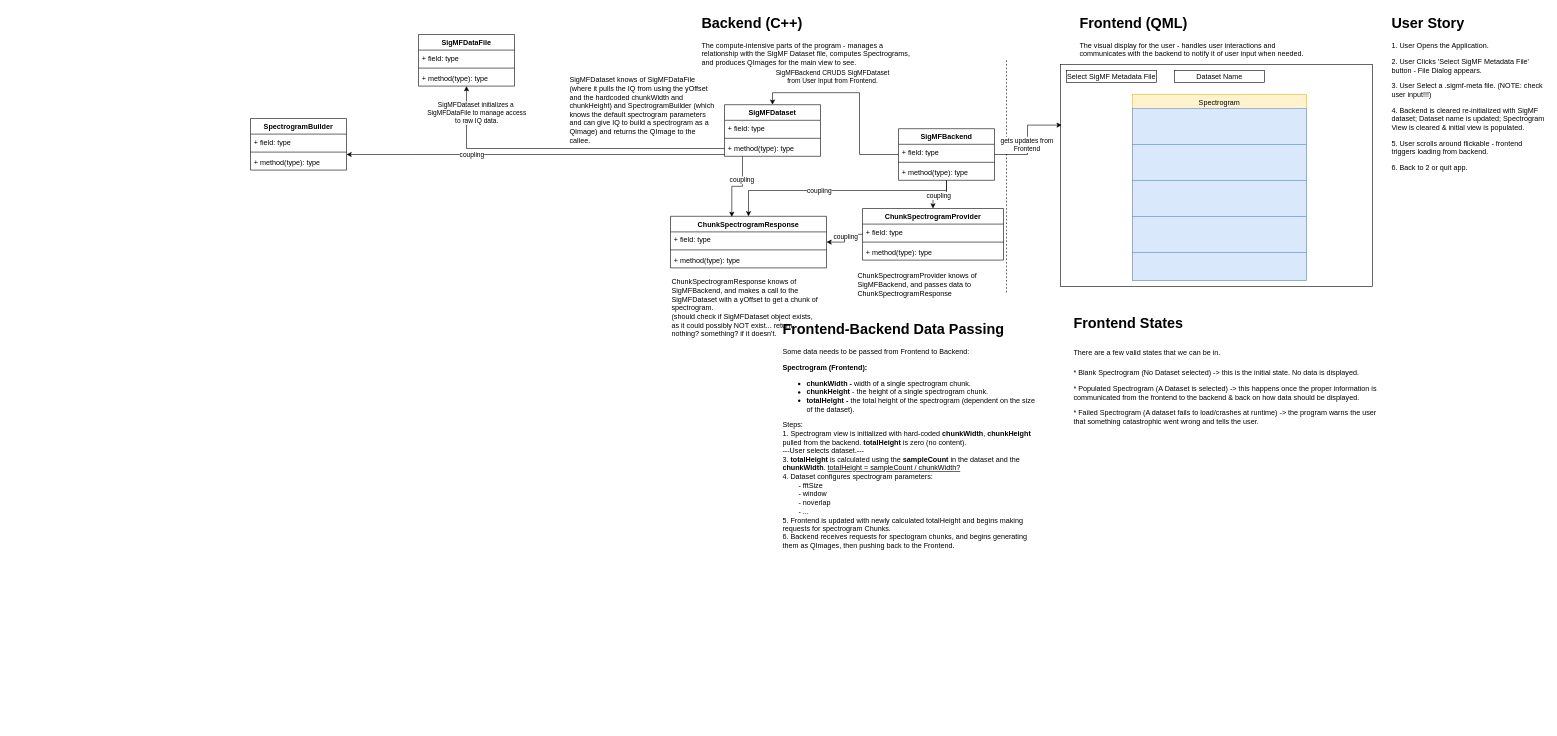
Earlier version of the draw.io diagram BurstRF_UML.drawio (Edwin-Sanchez2003/BurstRF). Source tidied: cells renumbered, new cells numbered last; positions are measured from the earlier drawing's top-left corner, leaving out a move shared by most shapes. Both pictures are drawn from the tidied source at 60%, with x=0, y=0 at pixel (250, 10).
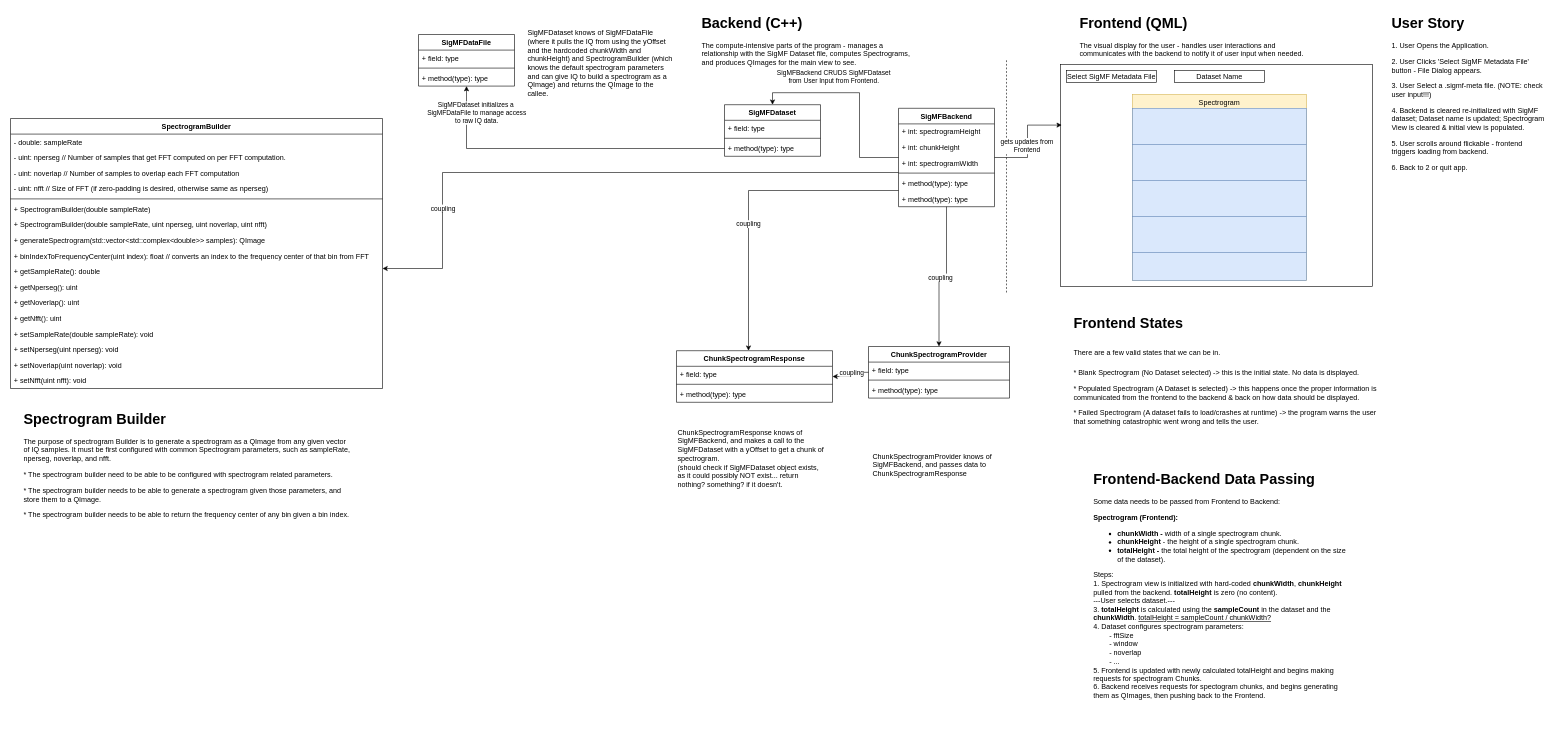
After the change.

Commit message (it also covers changes not shown here):
added Spectrogram Builder design & began implementation

The change refers to these unchanged cells:
```xml
<mxCell id="29" value="SigMFDataset" style="swimlane;fontStyle=1;align=center;verticalAlign=top;horizontal=1;startSize=26;whiteSpace=wrap;html=1;" parent="1" vertex="1">
  <mxGeometry x="790" y="157" width="160" height="86" as="geometry" />
</mxCell>
```

The edit, as a diff of the source:
```diff
@@
+    <mxCell id="60" style="edgeStyle=orthogonalEdgeStyle;rounded=0;orthogonalLoop=1;jettySize=auto;html=1;" parent="1" edge="1">
+      <mxGeometry relative="1" as="geometry">
+        <mxPoint x="1080" y="270" as="sourcePoint" />
+        <mxPoint x="220" y="430" as="targetPoint" />
+        <Array as="points">
+          <mxPoint x="320" y="270" />
+          <mxPoint x="320" y="430" />
+        </Array>
+      </mxGeometry>
+    </mxCell>
+    <mxCell id="61" value="coupling" style="edgeLabel;html=1;align=center;verticalAlign=middle;" parent="60" vertex="1">
+      <mxGeometry x="0.5" y="-4" relative="1" as="geometry">
+        <mxPoint x="4" y="54" as="offset" />
+      </mxGeometry>
+    </mxCell>
     <mxCell id="8" value="SigMFBackend" style="swimlane;fontStyle=1;align=center;verticalAlign=top;horizontal=1;startSize=26;whiteSpace=wrap;html=1;" parent="1" vertex="1">
-      <mxGeometry x="1080" y="197" width="160" height="86" as="geometry" />
+      <mxGeometry x="1080" y="163" width="160" height="164" as="geometry" />
     </mxCell>
-    <mxCell id="9" value="+ field: type" style="text;strokeColor=none;fillColor=none;align=left;verticalAlign=top;spacingLeft=4;spacingRight=4;overflow=hidden;whiteSpace=wrap;html=1;" parent="8" vertex="1">
+    <mxCell id="9" value="+ int: spectrogramHeight" style="text;strokeColor=none;fillColor=none;align=left;verticalAlign=top;spacingLeft=4;spacingRight=4;overflow=hidden;whiteSpace=wrap;html=1;" parent="8" vertex="1">
       <mxGeometry y="26" width="160" height="26" as="geometry" />
     </mxCell>
+    <mxCell id="62" value="+ int: chunkHeight" style="text;strokeColor=none;fillColor=none;align=left;verticalAlign=top;spacingLeft=4;spacingRight=4;overflow=hidden;whiteSpace=wrap;html=1;" parent="8" vertex="1">
+      <mxGeometry y="52" width="160" height="26" as="geometry" />
+    </mxCell>
+    <mxCell id="63" value="+ int: spectrogramWidth" style="text;strokeColor=none;fillColor=none;align=left;verticalAlign=top;spacingLeft=4;spacingRight=4;overflow=hidden;whiteSpace=wrap;html=1;" parent="8" vertex="1">
+      <mxGeometry y="78" width="160" height="26" as="geometry" />
+    </mxCell>
     <mxCell id="10" style="line;strokeWidth=1;fillColor=none;align=left;verticalAlign=middle;spacingTop=-1;spacingLeft=3;spacingRight=3;labelPosition=right;strokeColor=inherit;" parent="8" vertex="1">
-      <mxGeometry y="52" width="160" height="8" as="geometry" />
+      <mxGeometry y="104" width="160" height="8" as="geometry" />
     </mxCell>
     <mxCell id="11" value="+ method(type): type" style="text;strokeColor=none;fillColor=none;align=left;verticalAlign=top;spacingLeft=4;spacingRight=4;overflow=hidden;whiteSpace=wrap;html=1;" parent="8" vertex="1">
-      <mxGeometry y="60" width="160" height="26" as="geometry" />
+      <mxGeometry y="112" width="160" height="26" as="geometry" />
     </mxCell>
+    <mxCell id="64" value="+ method(type): type" style="text;strokeColor=none;fillColor=none;align=left;verticalAlign=top;spacingLeft=4;spacingRight=4;overflow=hidden;whiteSpace=wrap;html=1;" parent="8" vertex="1">
+      <mxGeometry y="138" width="160" height="26" as="geometry" />
+    </mxCell>
@@
     <mxCell id="25" value="&lt;h1 style=&quot;margin-top: 0px;&quot;&gt;Frontend-Backend Data Passing&lt;/h1&gt;&lt;p&gt;Some data needs to be passed from Frontend to Backend:&lt;/p&gt;&lt;p&gt;&lt;b&gt;Spectrogram (Frontend):&lt;/b&gt;&lt;/p&gt;&lt;p&gt;&lt;/p&gt;&lt;ul&gt;&lt;li&gt;&lt;b style=&quot;background-color: transparent; color: light-dark(rgb(0, 0, 0), rgb(255, 255, 255));&quot;&gt;chunkWidth -&amp;nbsp;&lt;/b&gt;&lt;span style=&quot;background-color: transparent; color: light-dark(rgb(0, 0, 0), rgb(255, 255, 255));&quot;&gt;width of a single spectrogram chunk.&lt;/span&gt;&lt;span style=&quot;background-color: transparent; color: light-dark(rgb(0, 0, 0), rgb(255, 255, 255));&quot;&gt;&amp;nbsp;&lt;/span&gt;&lt;/li&gt;&lt;li&gt;&lt;span style=&quot;background-color: transparent; color: light-dark(rgb(0, 0, 0), rgb(255, 255, 255));&quot;&gt;&lt;b&gt;chunkHeight&lt;/b&gt; - the height of a single spectrogram chunk.&lt;/span&gt;&lt;/li&gt;&lt;li&gt;&lt;span style=&quot;background-color: transparent; color: light-dark(rgb(0, 0, 0), rgb(255, 255, 255));&quot;&gt;&lt;b&gt;totalHeight - &lt;/b&gt;the total height of the spectrogram (dependent on the size of the dataset).&lt;/span&gt;&lt;/li&gt;&lt;/ul&gt;&lt;div&gt;Steps:&lt;/div&gt;&lt;div&gt;1. Spectrogram view is initialized with hard-coded &lt;b&gt;chunkWidth&lt;/b&gt;, &lt;b&gt;chunkHeight &lt;/b&gt;pulled from the backend. &lt;b&gt;totalHeight&lt;/b&gt; is zero (no content).&lt;/div&gt;&lt;div&gt;---User selects dataset.---&lt;/div&gt;&lt;div&gt;3. &lt;b&gt;totalHeight&lt;/b&gt; is calculated using the &lt;b&gt;sampleCount&lt;/b&gt; in the dataset and the &lt;b&gt;chunkWidth&lt;/b&gt;. &lt;u&gt;totalHeight = sampleCount / chunkWidth?&lt;/u&gt;&lt;/div&gt;&lt;div&gt;4. Dataset configures spectrogram parameters:&lt;/div&gt;&lt;div&gt;&lt;span style=&quot;white-space: pre;&quot;&gt;&#9;&lt;/span&gt;- fftSize&lt;br&gt;&lt;/div&gt;&lt;div&gt;&lt;span style=&quot;white-space: pre;&quot;&gt;&#9;&lt;/span&gt;- window&lt;br&gt;&lt;/div&gt;&lt;div&gt;&lt;span style=&quot;white-space: pre;&quot;&gt;&#9;&lt;/span&gt;- noverlap&lt;br&gt;&lt;/div&gt;&lt;div&gt;&lt;span style=&quot;white-space: pre;&quot;&gt;&#9;&lt;/span&gt;- ...&lt;br&gt;&lt;/div&gt;&lt;div&gt;5. Frontend is updated with newly calculated totalHeight and begins making requests for spectrogram Chunks.&lt;/div&gt;&lt;div&gt;6. Backend receives requests for spectogram chunks, and begins generating them as QImages, then pushing back to the Frontend.&lt;/div&gt;&lt;p&gt;&lt;/p&gt;" style="text;html=1;whiteSpace=wrap;overflow=hidden;rounded=0;" parent="1" vertex="1">
-      <mxGeometry x="885" y="510" width="425" height="430" as="geometry" />
+      <mxGeometry x="1402.5" y="760" width="425" height="430" as="geometry" />
     </mxCell>
@@
     <mxCell id="37" value="SpectrogramBuilder" style="swimlane;fontStyle=1;align=center;verticalAlign=top;horizontal=1;startSize=26;whiteSpace=wrap;html=1;" parent="1" vertex="1">
-      <mxGeometry y="180" width="160" height="86" as="geometry" />
+      <mxGeometry x="-400" y="180" width="620" height="450" as="geometry" />
     </mxCell>
-    <mxCell id="38" value="+ field: type" style="text;strokeColor=none;fillColor=none;align=left;verticalAlign=top;spacingLeft=4;spacingRight=4;overflow=hidden;whiteSpace=wrap;html=1;" parent="37" vertex="1">
-      <mxGeometry y="26" width="160" height="26" as="geometry" />
-    </mxCell>
+    <mxCell id="65" value="- double: sampleRate" style="text;strokeColor=none;fillColor=none;align=left;verticalAlign=top;spacingLeft=4;spacingRight=4;overflow=hidden;whiteSpace=wrap;html=1;" parent="37" vertex="1">
+      <mxGeometry y="26" width="620" height="26" as="geometry" />
+    </mxCell>
+    <mxCell id="66" value="- uint: nperseg // Number of samples that get FFT computed on per FFT computation." style="text;strokeColor=none;fillColor=none;align=left;verticalAlign=top;spacingLeft=4;spacingRight=4;overflow=hidden;whiteSpace=wrap;html=1;" parent="37" vertex="1">
+      <mxGeometry y="52" width="620" height="26" as="geometry" />
+    </mxCell>
+    <mxCell id="67" value="- uint: noverlap // Number of samples to overlap each FFT computation" style="text;strokeColor=none;fillColor=none;align=left;verticalAlign=top;spacingLeft=4;spacingRight=4;overflow=hidden;whiteSpace=wrap;html=1;" parent="37" vertex="1">
+      <mxGeometry y="78" width="620" height="26" as="geometry" />
+    </mxCell>
+    <mxCell id="68" value="- uint: nfft // Size of FFT (if zero-padding is desired, otherwise same as nperseg)" style="text;strokeColor=none;fillColor=none;align=left;verticalAlign=top;spacingLeft=4;spacingRight=4;overflow=hidden;whiteSpace=wrap;html=1;" parent="37" vertex="1">
+      <mxGeometry y="104" width="620" height="26" as="geometry" />
+    </mxCell>
     <mxCell id="39" style="line;strokeWidth=1;fillColor=none;align=left;verticalAlign=middle;spacingTop=-1;spacingLeft=3;spacingRight=3;labelPosition=right;strokeColor=inherit;" parent="37" vertex="1">
-      <mxGeometry y="52" width="160" height="8" as="geometry" />
+      <mxGeometry y="130" width="620" height="8" as="geometry" />
     </mxCell>
+    <mxCell id="69" value="+ SpectrogramBuilder(double&amp;nbsp;sampleRate)" style="text;strokeColor=none;fillColor=none;align=left;verticalAlign=top;spacingLeft=4;spacingRight=4;overflow=hidden;whiteSpace=wrap;html=1;" parent="37" vertex="1">
+      <mxGeometry y="138" width="620" height="26" as="geometry" />
+    </mxCell>
+    <mxCell id="70" value="+ SpectrogramBuilder(double&amp;nbsp;sampleRate, uint nperseg, uint noverlap, uint nfft)" style="text;strokeColor=none;fillColor=none;align=left;verticalAlign=top;spacingLeft=4;spacingRight=4;overflow=hidden;whiteSpace=wrap;html=1;" parent="37" vertex="1">
+      <mxGeometry y="164" width="620" height="26" as="geometry" />
+    </mxCell>
-    <mxCell id="40" value="+ method(type): type" style="text;strokeColor=none;fillColor=none;align=left;verticalAlign=top;spacingLeft=4;spacingRight=4;overflow=hidden;whiteSpace=wrap;html=1;" parent="37" vertex="1">
-      <mxGeometry y="60" width="160" height="26" as="geometry" />
+    <mxCell id="40" value="+ generateSpectrogram(std::vector&amp;lt;std::complex&amp;lt;double&amp;gt;&amp;gt; samples): QImage" style="text;strokeColor=none;fillColor=none;align=left;verticalAlign=top;spacingLeft=4;spacingRight=4;overflow=hidden;whiteSpace=wrap;html=1;" parent="37" vertex="1">
+      <mxGeometry y="190" width="620" height="26" as="geometry" />
     </mxCell>
+    <mxCell id="71" value="+ binIndexToFrequencyCenter(uint index): float // converts an index to the frequency center of that bin from FFT" style="text;strokeColor=none;fillColor=none;align=left;verticalAlign=top;spacingLeft=4;spacingRight=4;overflow=hidden;whiteSpace=wrap;html=1;" parent="37" vertex="1">
+      <mxGeometry y="216" width="620" height="26" as="geometry" />
+    </mxCell>
+    <mxCell id="72" value="+ getSampleRate(): double" style="text;strokeColor=none;fillColor=none;align=left;verticalAlign=top;spacingLeft=4;spacingRight=4;overflow=hidden;whiteSpace=wrap;html=1;" parent="37" vertex="1">
+      <mxGeometry y="242" width="620" height="26" as="geometry" />
+    </mxCell>
+    <mxCell id="73" value="+ getNperseg(): uint" style="text;strokeColor=none;fillColor=none;align=left;verticalAlign=top;spacingLeft=4;spacingRight=4;overflow=hidden;whiteSpace=wrap;html=1;" parent="37" vertex="1">
+      <mxGeometry y="268" width="620" height="26" as="geometry" />
+    </mxCell>
+    <mxCell id="74" value="+ getNoverlap(): uint" style="text;strokeColor=none;fillColor=none;align=left;verticalAlign=top;spacingLeft=4;spacingRight=4;overflow=hidden;whiteSpace=wrap;html=1;" parent="37" vertex="1">
+      <mxGeometry y="294" width="620" height="26" as="geometry" />
+    </mxCell>
+    <mxCell id="75" value="+ getNfft(): uint" style="text;strokeColor=none;fillColor=none;align=left;verticalAlign=top;spacingLeft=4;spacingRight=4;overflow=hidden;whiteSpace=wrap;html=1;" parent="37" vertex="1">
+      <mxGeometry y="320" width="620" height="26" as="geometry" />
+    </mxCell>
+    <mxCell id="76" value="+ setSampleRate(double sampleRate): void" style="text;strokeColor=none;fillColor=none;align=left;verticalAlign=top;spacingLeft=4;spacingRight=4;overflow=hidden;whiteSpace=wrap;html=1;" parent="37" vertex="1">
+      <mxGeometry y="346" width="620" height="26" as="geometry" />
+    </mxCell>
+    <mxCell id="77" value="+ setNperseg(uint nperseg): void" style="text;strokeColor=none;fillColor=none;align=left;verticalAlign=top;spacingLeft=4;spacingRight=4;overflow=hidden;whiteSpace=wrap;html=1;" parent="37" vertex="1">
+      <mxGeometry y="372" width="620" height="26" as="geometry" />
+    </mxCell>
+    <mxCell id="78" value="+ setNoverlap(uint noverlap): void" style="text;strokeColor=none;fillColor=none;align=left;verticalAlign=top;spacingLeft=4;spacingRight=4;overflow=hidden;whiteSpace=wrap;html=1;" parent="37" vertex="1">
+      <mxGeometry y="398" width="620" height="26" as="geometry" />
+    </mxCell>
+    <mxCell id="79" value="+ setNfft(uint nfft): void" style="text;strokeColor=none;fillColor=none;align=left;verticalAlign=top;spacingLeft=4;spacingRight=4;overflow=hidden;whiteSpace=wrap;html=1;" parent="37" vertex="1">
+      <mxGeometry y="424" width="620" height="26" as="geometry" />
+    </mxCell>
@@
     <mxCell id="43" value="ChunkSpectrogramProvider" style="swimlane;fontStyle=1;align=center;verticalAlign=top;horizontal=1;startSize=26;whiteSpace=wrap;html=1;" parent="1" vertex="1">
-      <mxGeometry x="1020" y="330" width="235" height="86" as="geometry" />
+      <mxGeometry x="1030" y="560" width="235" height="86" as="geometry" />
     </mxCell>
@@
     <mxCell id="47" value="ChunkSpectrogramResponse" style="swimlane;fontStyle=1;align=center;verticalAlign=top;horizontal=1;startSize=26;whiteSpace=wrap;html=1;" parent="1" vertex="1">
-      <mxGeometry x="700" y="343" width="260" height="86" as="geometry" />
+      <mxGeometry x="710" y="567" width="260" height="86" as="geometry" />
     </mxCell>
@@
     <mxCell id="53" value="ChunkSpectrogramProvider knows of SigMFBackend, and passes data to ChunkSpectrogramResponse" style="text;html=1;whiteSpace=wrap;strokeColor=none;fillColor=none;align=left;verticalAlign=top;rounded=0;" parent="1" vertex="1">
-      <mxGeometry x="1010" y="429" width="250" height="61" as="geometry" />
+      <mxGeometry x="1035" y="730" width="250" height="61" as="geometry" />
     </mxCell>
     <mxCell id="54" value="ChunkSpectrogramResponse&amp;nbsp;knows of SigMFBackend, and makes a call to the SigMFDataset with a yOffset to get a chunk of spectrogram.&lt;div&gt;(should check if SigMFDataset object exists, as it could possibly NOT exist... return nothing? something? if it doesn't.&lt;/div&gt;" style="text;html=1;whiteSpace=wrap;strokeColor=none;fillColor=none;align=left;verticalAlign=top;rounded=0;" parent="1" vertex="1">
-      <mxGeometry x="700" y="439" width="250" height="121" as="geometry" />
+      <mxGeometry x="710" y="690" width="250" height="121" as="geometry" />
     </mxCell>
     <mxCell id="55" value="SigMFDataset knows of SigMFDataFile (where it pulls the IQ from using the yOffset and the hardcoded chunkWidth and chunkHeight) and SpectrogramBuilder (which knows the default spectrogram parameters and can give IQ to build a spectrogram as a QImage) and returns the QImage to the callee." style="text;html=1;whiteSpace=wrap;strokeColor=none;fillColor=none;align=left;verticalAlign=top;rounded=0;" parent="1" vertex="1">
-      <mxGeometry x="530" y="102" width="250" height="118" as="geometry" />
+      <mxGeometry x="460" y="24" width="250" height="118" as="geometry" />
     </mxCell>
-    <mxCell id="56" style="edgeStyle=orthogonalEdgeStyle;rounded=0;jettySize=auto;html=1;entryX=0.393;entryY=0.012;entryDx=0;entryDy=0;entryPerimeter=0;" parent="1" edge="1" source="29" target="47">
-      <mxGeometry relative="1" as="geometry">
-        <Array as="points">
-          <mxPoint x="820" y="293" />
-          <mxPoint x="802" y="293" />
-        </Array>
-      </mxGeometry>
-    </mxCell>
-    <mxCell id="57" value="coupling" style="edgeLabel;html=1;align=center;verticalAlign=middle;" parent="56" vertex="1">
-      <mxGeometry x="-0.35" y="-2" relative="1" as="geometry" />
-    </mxCell>
-    <mxCell id="58" style="edgeStyle=orthogonalEdgeStyle;rounded=0;jettySize=auto;html=1;" parent="1" edge="1" source="29" target="37">
-      <mxGeometry relative="1" as="geometry">
-        <Array as="points">
-          <mxPoint x="270" y="240" />
-          <mxPoint x="270" y="240" />
-        </Array>
-      </mxGeometry>
-    </mxCell>
-    <mxCell id="59" value="coupling" style="edgeLabel;html=1;align=center;verticalAlign=middle;" parent="58" vertex="1">
-      <mxGeometry x="0.62" y="1" relative="1" as="geometry">
-        <mxPoint x="88" y="-1" as="offset" />
-      </mxGeometry>
-    </mxCell>
+    <mxCell id="80" value="&lt;h1 style=&quot;margin-top: 0px;&quot;&gt;Spectrogram Builder&lt;/h1&gt;&lt;p&gt;The purpose of spectrogram Builder is to generate a spectrogram as a QImage from any given vector of IQ samples. It must be first configured with common Spectrogram parameters, such as sampleRate, nperseg, noverlap, and nfft.&lt;/p&gt;&lt;p&gt;* The spectrogram builder need to be able to be configured with spectrogram related parameters.&lt;/p&gt;&lt;p&gt;* The spectrogram builder needs to be able to generate a spectrogram given those parameters, and store them to a QImage.&lt;/p&gt;&lt;p&gt;* The spectrogram builder needs to be able to return the frequency center of any bin given a bin index.&lt;/p&gt;" style="text;html=1;whiteSpace=wrap;overflow=hidden;rounded=0;" parent="1" vertex="1">
+      <mxGeometry x="-380" y="660" width="550" height="260" as="geometry" />
+    </mxCell>
```
